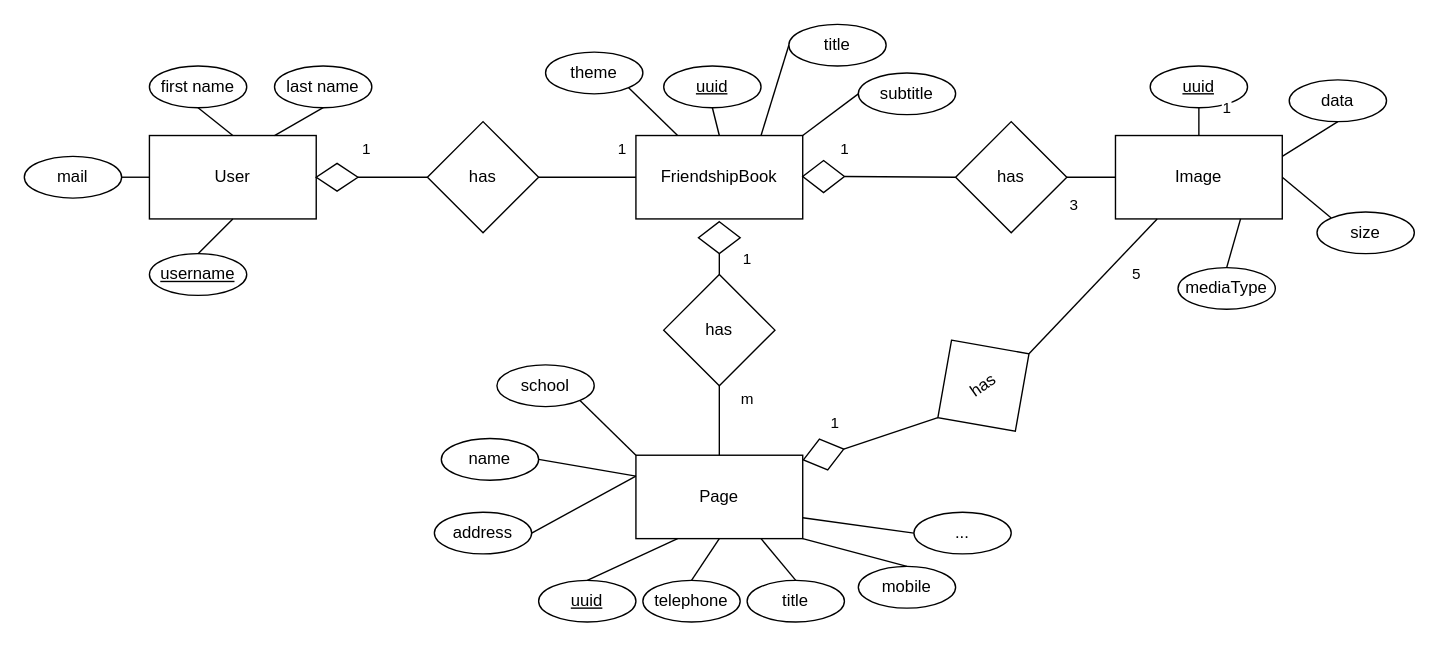
Earlier version of the draw.io diagram design/DatabaseERM.drawio (ninjeanne/bookly). Source tidied: cells renumbered, new cells numbered last; positions are measured from the earlier drawing's top-left corner, leaving out a move shared by most shapes. Both pictures are drawn from the tidied source at 139%, with x=0, y=0 at pixel (24, 24).
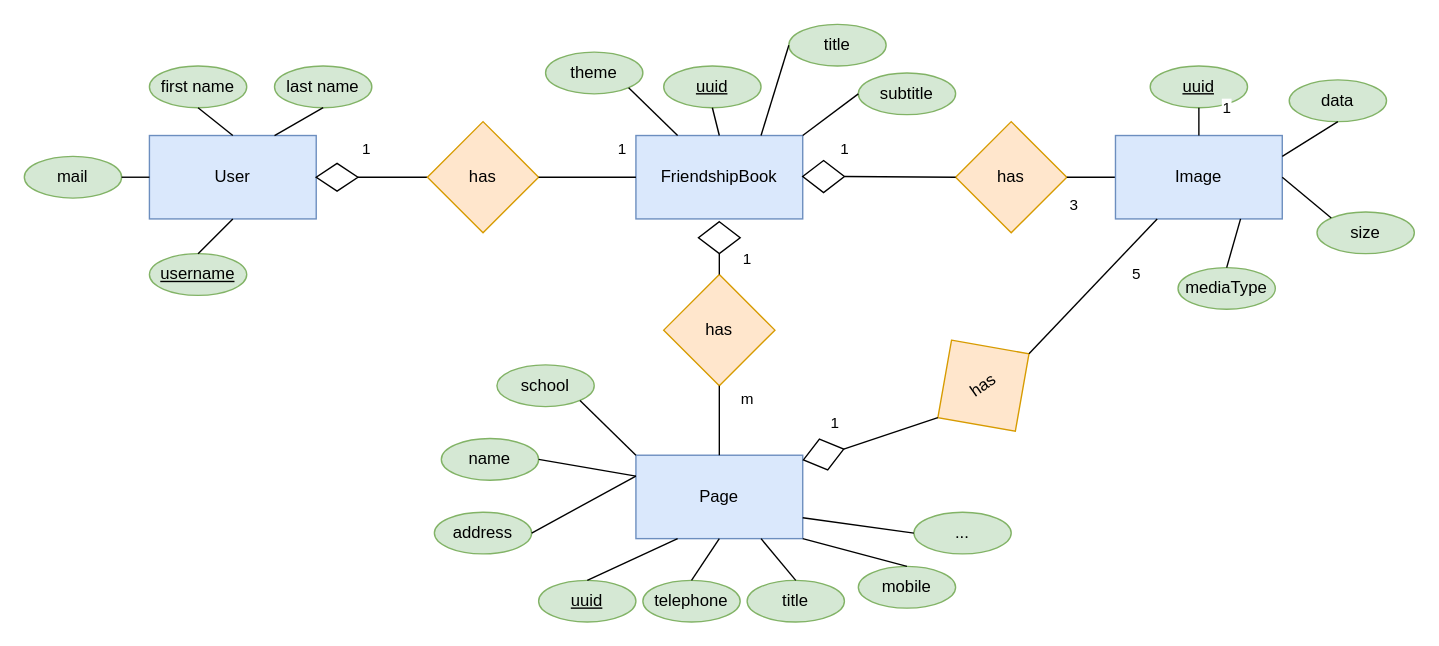
Above is the later version.

Diff of the diagram source:
```diff
@@
-    <mxCell id="2" value="User" style="rounded=0;whiteSpace=wrap;html=1;" parent="1" vertex="1">
+    <mxCell id="2" value="User" style="rounded=0;whiteSpace=wrap;html=1;fillColor=#dae8fc;strokeColor=#6c8ebf;" parent="1" vertex="1">
       <mxGeometry x="90" y="80" width="120" height="60" as="geometry" />
     </mxCell>
-    <mxCell id="3" value="FriendshipBook" style="rounded=0;whiteSpace=wrap;html=1;" parent="1" vertex="1">
+    <mxCell id="3" value="FriendshipBook" style="rounded=0;whiteSpace=wrap;html=1;fillColor=#dae8fc;strokeColor=#6c8ebf;" parent="1" vertex="1">
       <mxGeometry x="440" y="80" width="120" height="60" as="geometry" />
     </mxCell>
-    <mxCell id="4" value="Page" style="rounded=0;whiteSpace=wrap;html=1;" parent="1" vertex="1">
+    <mxCell id="4" value="Page" style="rounded=0;whiteSpace=wrap;html=1;fillColor=#dae8fc;strokeColor=#6c8ebf;" parent="1" vertex="1">
       <mxGeometry x="440" y="310" width="120" height="60" as="geometry" />
     </mxCell>
@@
-    <mxCell id="6" value="has" style="rhombus;whiteSpace=wrap;html=1;" parent="1" vertex="1">
+    <mxCell id="6" value="has" style="rhombus;whiteSpace=wrap;html=1;fillColor=#ffe6cc;strokeColor=#d79b00;" parent="1" vertex="1">
       <mxGeometry x="290" y="70" width="80" height="80" as="geometry" />
     </mxCell>
@@
-    <mxCell id="8" value="has" style="rhombus;whiteSpace=wrap;html=1;" parent="1" vertex="1">
+    <mxCell id="8" value="has" style="rhombus;whiteSpace=wrap;html=1;fillColor=#ffe6cc;strokeColor=#d79b00;" parent="1" vertex="1">
       <mxGeometry x="460" y="180" width="80" height="80" as="geometry" />
     </mxCell>
@@
-    <mxCell id="11" value="&lt;u&gt;uuid&lt;/u&gt;" style="ellipse;whiteSpace=wrap;html=1;" parent="1" vertex="1">
+    <mxCell id="11" value="&lt;u&gt;uuid&lt;/u&gt;" style="ellipse;whiteSpace=wrap;html=1;fillColor=#d5e8d4;strokeColor=#82b366;" parent="1" vertex="1">
       <mxGeometry x="370" y="400" width="70" height="30" as="geometry" />
     </mxCell>
-    <mxCell id="12" value="&lt;u&gt;uuid&lt;/u&gt;" style="ellipse;whiteSpace=wrap;html=1;" parent="1" vertex="1">
+    <mxCell id="12" value="&lt;u&gt;uuid&lt;/u&gt;" style="ellipse;whiteSpace=wrap;html=1;fillColor=#d5e8d4;strokeColor=#82b366;" parent="1" vertex="1">
       <mxGeometry x="460" y="30" width="70" height="30" as="geometry" />
     </mxCell>
-    <mxCell id="13" value="title" style="ellipse;whiteSpace=wrap;html=1;" parent="1" vertex="1">
+    <mxCell id="13" value="title" style="ellipse;whiteSpace=wrap;html=1;fillColor=#d5e8d4;strokeColor=#82b366;" parent="1" vertex="1">
       <mxGeometry x="520" y="400" width="70" height="30" as="geometry" />
     </mxCell>
-    <mxCell id="14" value="first name" style="ellipse;whiteSpace=wrap;html=1;" parent="1" vertex="1">
+    <mxCell id="14" value="first name" style="ellipse;whiteSpace=wrap;html=1;fillColor=#d5e8d4;strokeColor=#82b366;" parent="1" vertex="1">
       <mxGeometry x="90" y="30" width="70" height="30" as="geometry" />
     </mxCell>
-    <mxCell id="15" value="last name" style="ellipse;whiteSpace=wrap;html=1;" parent="1" vertex="1">
+    <mxCell id="15" value="last name" style="ellipse;whiteSpace=wrap;html=1;fillColor=#d5e8d4;strokeColor=#82b366;" parent="1" vertex="1">
       <mxGeometry x="180" y="30" width="70" height="30" as="geometry" />
     </mxCell>
-    <mxCell id="16" value="&lt;u&gt;username&lt;/u&gt;" style="ellipse;whiteSpace=wrap;html=1;" parent="1" vertex="1">
+    <mxCell id="16" value="&lt;u&gt;username&lt;/u&gt;" style="ellipse;whiteSpace=wrap;html=1;fillColor=#d5e8d4;strokeColor=#82b366;" parent="1" vertex="1">
       <mxGeometry x="90" y="165" width="70" height="30" as="geometry" />
     </mxCell>
-    <mxCell id="17" value="mail" style="ellipse;whiteSpace=wrap;html=1;" parent="1" vertex="1">
+    <mxCell id="17" value="mail" style="ellipse;whiteSpace=wrap;html=1;fillColor=#d5e8d4;strokeColor=#82b366;" parent="1" vertex="1">
       <mxGeometry y="95" width="70" height="30" as="geometry" />
     </mxCell>
-    <mxCell id="18" value="title" style="ellipse;whiteSpace=wrap;html=1;" parent="1" vertex="1">
+    <mxCell id="18" value="title" style="ellipse;whiteSpace=wrap;html=1;fillColor=#d5e8d4;strokeColor=#82b366;" parent="1" vertex="1">
       <mxGeometry x="550" width="70" height="30" as="geometry" />
     </mxCell>
@@
-    <mxCell id="27" value="has" style="rhombus;whiteSpace=wrap;html=1;" parent="1" vertex="1">
+    <mxCell id="27" value="has" style="rhombus;whiteSpace=wrap;html=1;fillColor=#ffe6cc;strokeColor=#d79b00;" parent="1" vertex="1">
       <mxGeometry x="670" y="70" width="80" height="80" as="geometry" />
     </mxCell>
@@
-    <mxCell id="33" value="Image" style="rounded=0;whiteSpace=wrap;html=1;" parent="1" vertex="1">
+    <mxCell id="33" value="Image" style="rounded=0;whiteSpace=wrap;html=1;fillColor=#dae8fc;strokeColor=#6c8ebf;" parent="1" vertex="1">
       <mxGeometry x="785" y="80" width="120" height="60" as="geometry" />
     </mxCell>
-    <mxCell id="34" value="&lt;u&gt;uuid&lt;/u&gt;" style="ellipse;whiteSpace=wrap;html=1;" parent="1" vertex="1">
+    <mxCell id="34" value="&lt;u&gt;uuid&lt;/u&gt;" style="ellipse;whiteSpace=wrap;html=1;fillColor=#d5e8d4;strokeColor=#82b366;" parent="1" vertex="1">
       <mxGeometry x="810" y="30" width="70" height="30" as="geometry" />
     </mxCell>
@@
-    <mxCell id="36" value="data" style="ellipse;whiteSpace=wrap;html=1;" parent="1" vertex="1">
+    <mxCell id="36" value="data" style="ellipse;whiteSpace=wrap;html=1;fillColor=#d5e8d4;strokeColor=#82b366;" parent="1" vertex="1">
       <mxGeometry x="910" y="40" width="70" height="30" as="geometry" />
     </mxCell>
@@
-    <mxCell id="38" value="size" style="ellipse;whiteSpace=wrap;html=1;" parent="1" vertex="1">
+    <mxCell id="38" value="size" style="ellipse;whiteSpace=wrap;html=1;fillColor=#d5e8d4;strokeColor=#82b366;" parent="1" vertex="1">
       <mxGeometry x="930" y="135" width="70" height="30" as="geometry" />
     </mxCell>
@@
-    <mxCell id="40" value="mediaType" style="ellipse;whiteSpace=wrap;html=1;" parent="1" vertex="1">
+    <mxCell id="40" value="mediaType" style="ellipse;whiteSpace=wrap;html=1;fillColor=#d5e8d4;strokeColor=#82b366;" parent="1" vertex="1">
       <mxGeometry x="830" y="175" width="70" height="30" as="geometry" />
     </mxCell>
@@
-    <mxCell id="42" value="has" style="rhombus;whiteSpace=wrap;html=1;rotation=-35;" parent="1" vertex="1">
+    <mxCell id="42" value="has" style="rhombus;whiteSpace=wrap;html=1;rotation=-35;fillColor=#ffe6cc;strokeColor=#d79b00;" parent="1" vertex="1">
       <mxGeometry x="650" y="220" width="80" height="80" as="geometry" />
     </mxCell>
@@
-    <mxCell id="46" value="name" style="ellipse;whiteSpace=wrap;html=1;" parent="1" vertex="1">
+    <mxCell id="46" value="name" style="ellipse;whiteSpace=wrap;html=1;fillColor=#d5e8d4;strokeColor=#82b366;" parent="1" vertex="1">
       <mxGeometry x="300" y="298" width="70" height="30" as="geometry" />
     </mxCell>
@@
-    <mxCell id="48" value="address" style="ellipse;whiteSpace=wrap;html=1;" parent="1" vertex="1">
+    <mxCell id="48" value="address" style="ellipse;whiteSpace=wrap;html=1;fillColor=#d5e8d4;strokeColor=#82b366;" parent="1" vertex="1">
       <mxGeometry x="295" y="351" width="70" height="30" as="geometry" />
     </mxCell>
@@
-    <mxCell id="50" value="telephone" style="ellipse;whiteSpace=wrap;html=1;" parent="1" vertex="1">
+    <mxCell id="50" value="telephone" style="ellipse;whiteSpace=wrap;html=1;fillColor=#d5e8d4;strokeColor=#82b366;" parent="1" vertex="1">
       <mxGeometry x="445" y="400" width="70" height="30" as="geometry" />
     </mxCell>
@@
-    <mxCell id="52" value="mobile" style="ellipse;whiteSpace=wrap;html=1;" parent="1" vertex="1">
+    <mxCell id="52" value="mobile" style="ellipse;whiteSpace=wrap;html=1;fillColor=#d5e8d4;strokeColor=#82b366;" parent="1" vertex="1">
       <mxGeometry x="600" y="390" width="70" height="30" as="geometry" />
     </mxCell>
@@
-    <mxCell id="54" value="school" style="ellipse;whiteSpace=wrap;html=1;" parent="1" vertex="1">
+    <mxCell id="54" value="school" style="ellipse;whiteSpace=wrap;html=1;fillColor=#d5e8d4;strokeColor=#82b366;" parent="1" vertex="1">
       <mxGeometry x="340" y="245" width="70" height="30" as="geometry" />
     </mxCell>
@@
-    <mxCell id="56" value="..." style="ellipse;whiteSpace=wrap;html=1;" parent="1" vertex="1">
+    <mxCell id="56" value="..." style="ellipse;whiteSpace=wrap;html=1;fillColor=#d5e8d4;strokeColor=#82b366;" parent="1" vertex="1">
       <mxGeometry x="640" y="351" width="70" height="30" as="geometry" />
     </mxCell>
@@
-    <mxCell id="58" value="subtitle" style="ellipse;whiteSpace=wrap;html=1;" parent="1" vertex="1">
+    <mxCell id="58" value="subtitle" style="ellipse;whiteSpace=wrap;html=1;fillColor=#d5e8d4;strokeColor=#82b366;" parent="1" vertex="1">
       <mxGeometry x="600" y="35" width="70" height="30" as="geometry" />
     </mxCell>
@@
-    <mxCell id="60" value="theme" style="ellipse;whiteSpace=wrap;html=1;" parent="1" vertex="1">
+    <mxCell id="60" value="theme" style="ellipse;whiteSpace=wrap;html=1;fillColor=#d5e8d4;strokeColor=#82b366;" parent="1" vertex="1">
       <mxGeometry x="375" y="20" width="70" height="30" as="geometry" />
     </mxCell>
```
